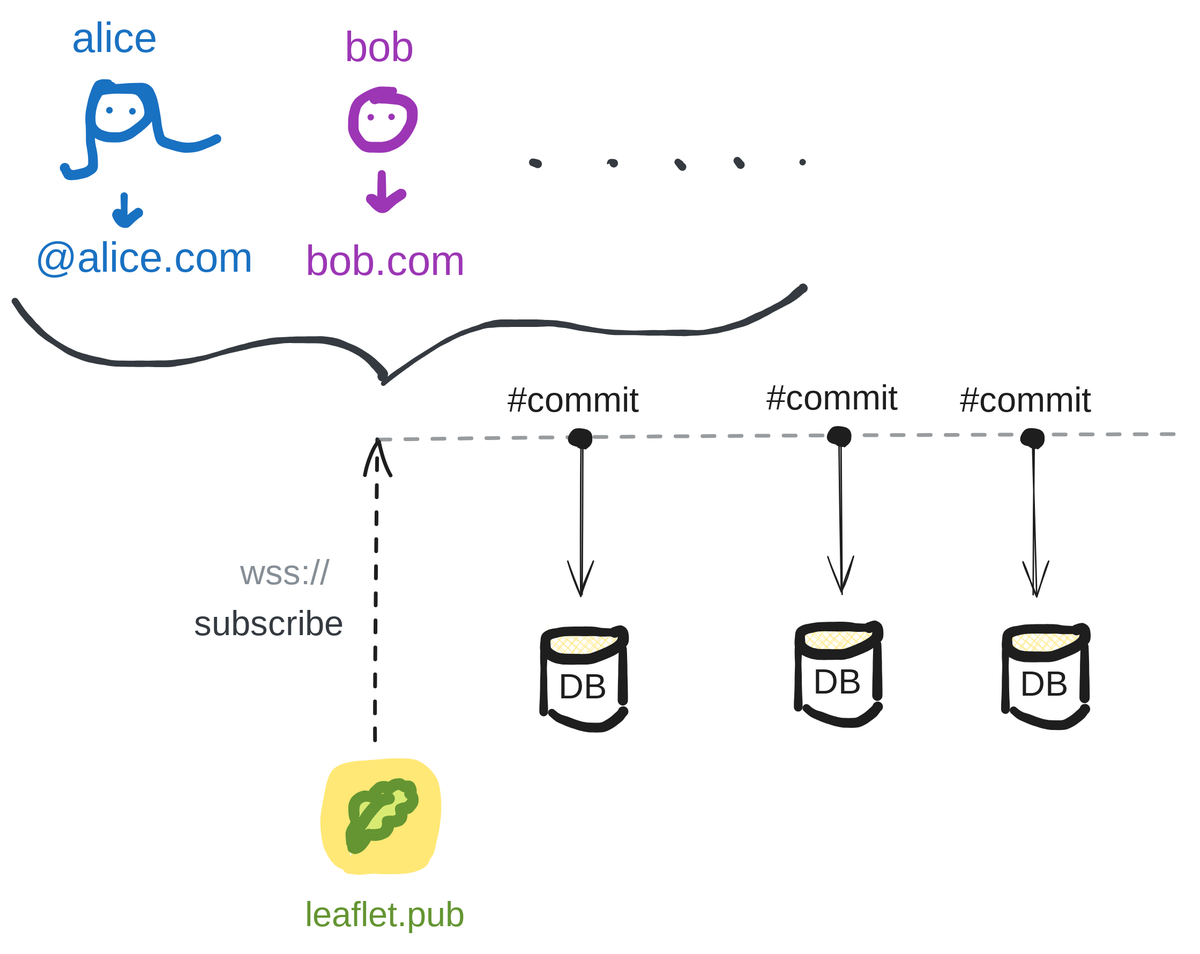
Above: public/open-social/22-full.svg in gaearon/overreacted.io (Excalidraw), before the change. Source tidied: one line per element, renumbered; positions are measured from the earlier drawing's top-left corner, leaving out a move shared by most shapes.
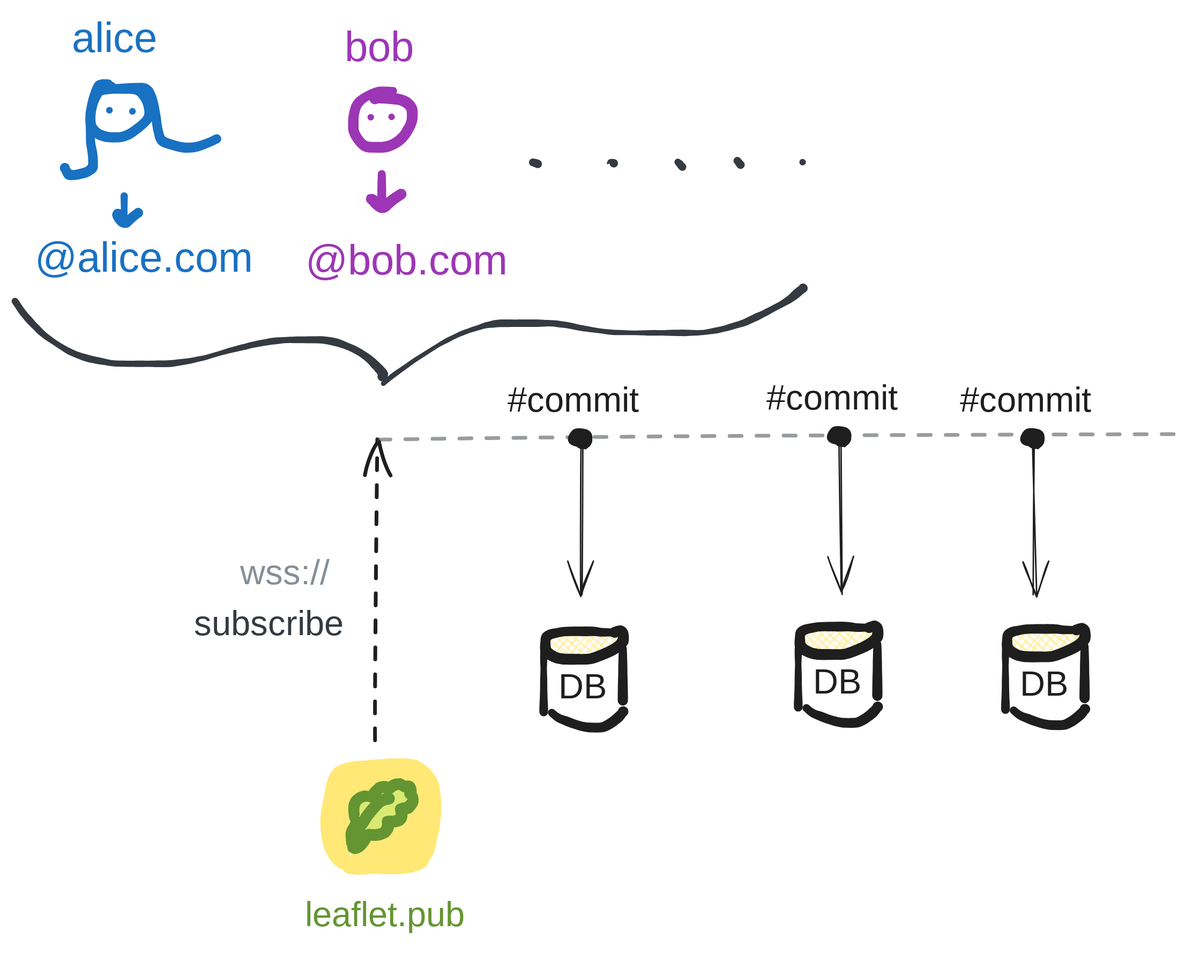
After the commit.

The edit, as a diff of the source:
```diff
@@ -11,7 +11,7 @@
 {"id": 10, "type": "freedraw", "strokeColor": "#9c36b5", "strokeWidth": 1, "roughness": 1, "x": 251, "y": 68, "width": 0, "height": 0, "points": [[0, 0], [0, 0], [0, 0]]}
 {"id": 11, "type": "text", "text": "bob", "strokeColor": "#9c36b5", "strokeWidth": 1, "roughness": 1, "fontSize": 28, "fontFamily": 5, "x": 220, "y": 6, "width": 48, "height": 35}
 {"id": 12, "type": "freedraw", "strokeColor": "#9c36b5", "backgroundColor": "#ffffff", "fillStyle": "solid", "strokeWidth": 1, "roughness": 1, "x": 244, "y": 106, "width": 20, "height": 22, "points": [[0, 0], [0, 1], [0, 5], [0, 10], [0, 16], [0, 19], [0, 20], [1, 21], [0, 21], [0, 21], [-1, 20], [-3, 19], [-5, 18], [-6, 17], [-7, 16], [-7, 17], [-6, 17], [-5, 19], [-3, 20], [-2, 22], [0, 22], [0, 22], [1, 22], [1, 22], [3, 21], [5, 19], [8, 17], [11, 14], [13, 13]]}
-{"id": 13, "type": "text", "text": "bob.com", "strokeColor": "#9c36b5", "backgroundColor": "#ffffff", "fillStyle": "solid", "strokeWidth": 1, "roughness": 1, "fontSize": 28, "fontFamily": 5, "x": 193, "y": 148, "width": 105, "height": 35}
+{"id": 13, "type": "text", "text": "@bob.com", "strokeColor": "#9c36b5", "backgroundColor": "#ffffff", "fillStyle": "solid", "strokeWidth": 1, "roughness": 1, "fontSize": 28, "fontFamily": 5, "x": 193, "y": 148, "width": 128, "height": 35}
 {"id": 14, "type": "freedraw", "strokeColor": "#d9ea72", "backgroundColor": "#ffec99", "fillStyle": "cross-hatch", "strokeWidth": 2, "roughness": 1, "x": 246, "y": 538, "width": 29, "height": 30, "points": [[0, 0], [-3, 3], [-6, 3], [-7, 1], [-14, 5], [-16, 9], [-17, 11], [-13, 2], [-12, -5], [-15, -9], [-14, -11], [-10, -12], [-7, -10], [-3, -11], [3, -17], [-1, -17], [1, -17], [7, -18], [9, -18], [11, -18], [12, -18], [12, -15], [8, -11], [4, -7], [1, -5]]}
 {"id": 15, "type": "freedraw", "strokeColor": "#ffe876", "backgroundColor": "#ffec99", "fillStyle": "cross-hatch", "strokeWidth": 2, "roughness": 1, "x": 224, "y": 566, "width": 66, "height": 62, "points": [[0, 0], [-14, -22], [-7, -58], [20, -62], [45, -59], [51, -29], [44, -4], [8, -3], [-5, -7], [-8, -21], [-5, -33], [1, -51], [14, -57], [26, -58], [40, -57], [49, -49], [47, -38], [39, -31], [38, -20], [23, -8], [11, -7], [20, -12], [31, -20], [24, -3], [41, -12]]}
 {"id": 16, "type": "freedraw", "strokeColor": "#d9ea72", "backgroundColor": "#ffec99", "fillStyle": "cross-hatch", "strokeWidth": 1, "roughness": 1, "x": 246, "y": 531, "width": 23, "height": 23, "points": [[0, 0], [4, -2], [2, 0], [-5, 4], [-8, 9], [-8, 9], [-6, 9], [-10, 9], [-7, 5], [-4, 1], [-2, -1], [2, -2], [5, -2], [5, -1], [5, 1], [6, 2], [5, -2], [7, -4], [9, -4], [12, -6], [12, -9], [8, -9], [10, -13], [6, -12], [4, -11]]}
```
